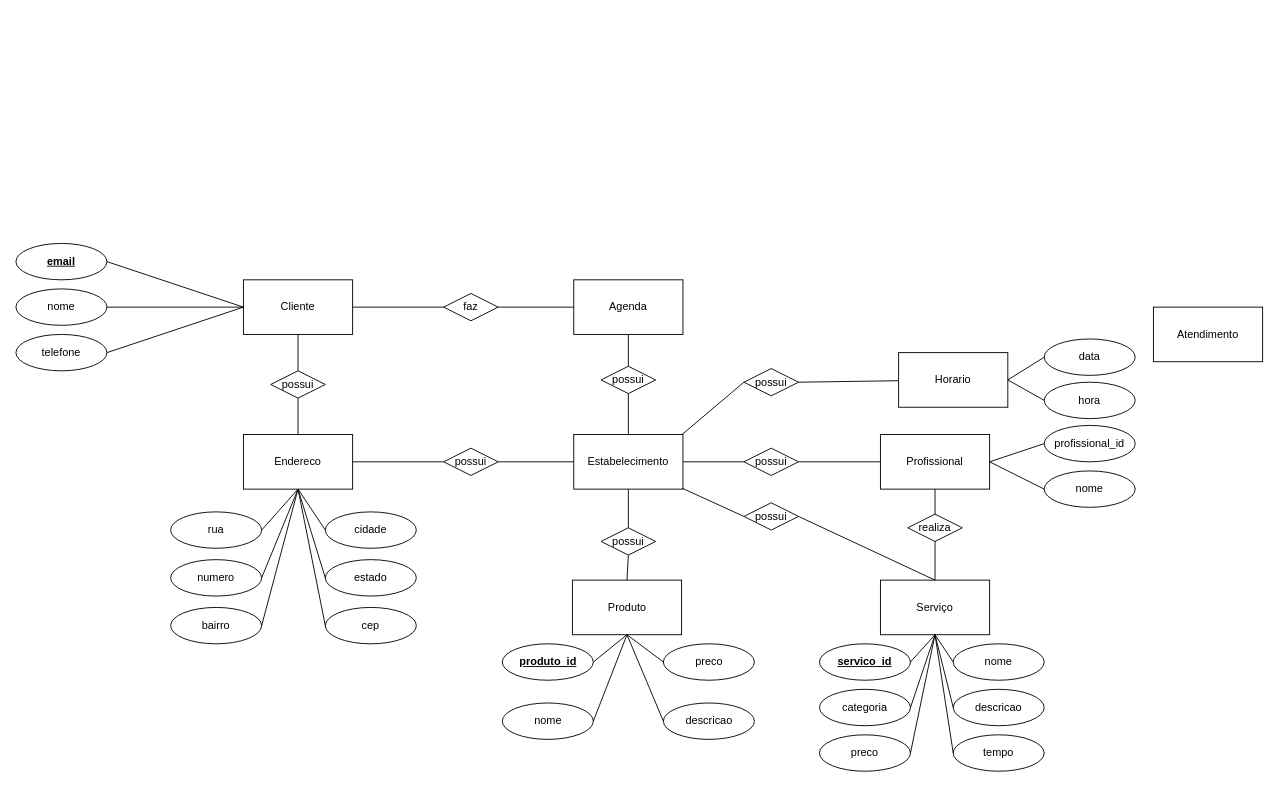
The draw.io diagram PW.drawio in glaa/DiagramaPW, before the edit. Source tidied: cells renumbered, new cells numbered last; positions are measured from the earlier drawing's top-left corner, leaving out a move shared by most shapes. Both pictures are drawn from the tidied source at 91%, with x=0, y=0 at pixel (15, 243).
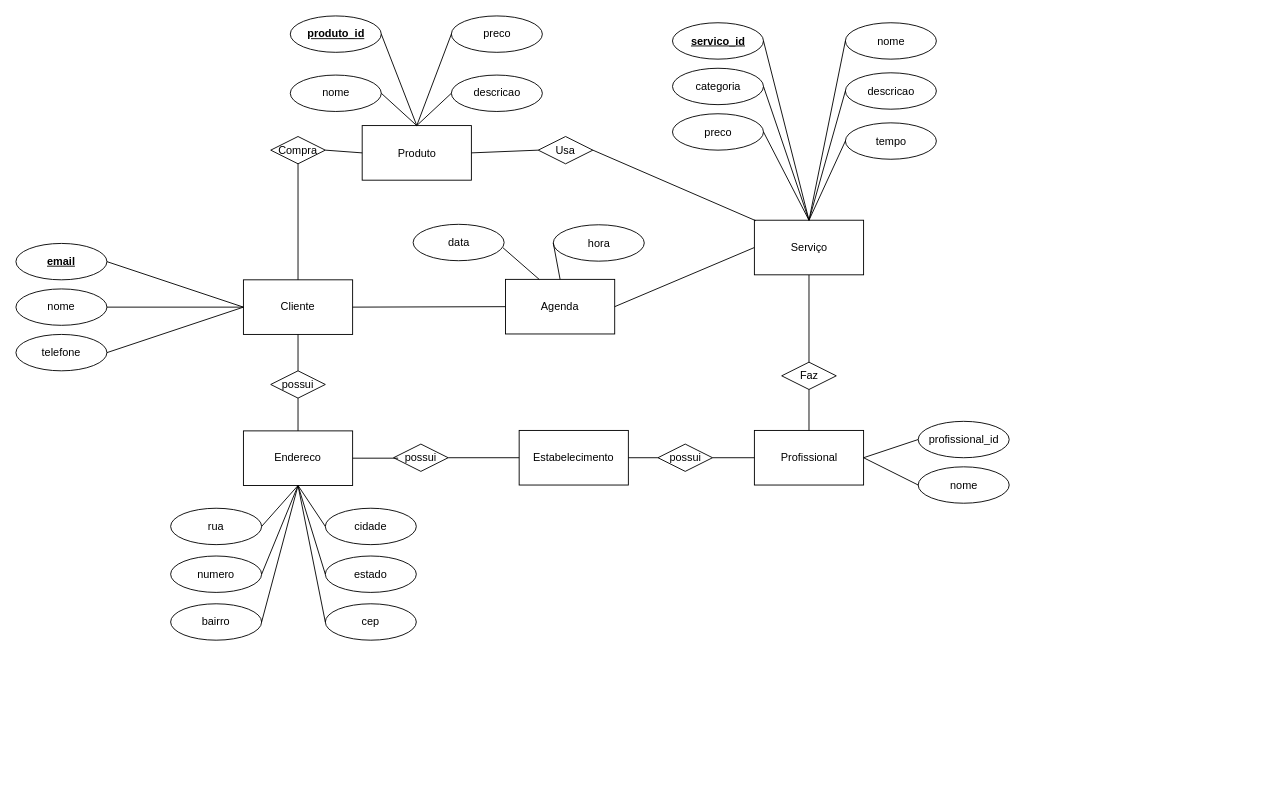
Above is the later version.

Commit message:
~Diagrama ER sem as cardinalidades

The change refers to these unchanged cells:
```xml
<mxCell id="2" value="Cliente" style="rounded=0;whiteSpace=wrap;html=1;" parent="1" vertex="1">
  <mxGeometry x="250" y="40" width="120" height="60" as="geometry" />
</mxCell>
```

What changed in the source:
```diff
@@
-    <mxCell id="3" value="&lt;div&gt;Produto&lt;/div&gt;" style="rounded=0;whiteSpace=wrap;html=1;" parent="1" vertex="1">
-      <mxGeometry x="611.5" y="370" width="120" height="60" as="geometry" />
+    <mxCell id="3" value="&lt;div&gt;Produto&lt;/div&gt;" style="rounded=0;whiteSpace=wrap;html=1;direction=west;" parent="1" vertex="1">
+      <mxGeometry x="380.5" y="-129.5" width="120" height="60" as="geometry" />
     </mxCell>
     <mxCell id="4" value="Agenda" style="rounded=0;whiteSpace=wrap;html=1;" parent="1" vertex="1">
-      <mxGeometry x="613" y="40" width="120" height="60" as="geometry" />
+      <mxGeometry x="538" y="39.5" width="120" height="60" as="geometry" />
     </mxCell>
     <mxCell id="5" value="Profissional" style="rounded=0;whiteSpace=wrap;html=1;" parent="1" vertex="1">
-      <mxGeometry x="950" y="210" width="120" height="60" as="geometry" />
+      <mxGeometry x="811.5" y="205.5" width="120" height="60" as="geometry" />
     </mxCell>
     <mxCell id="6" value="Estabelecimento" style="rounded=0;whiteSpace=wrap;html=1;" parent="1" vertex="1">
-      <mxGeometry x="613" y="210" width="120" height="60" as="geometry" />
+      <mxGeometry x="553" y="205.5" width="120" height="60" as="geometry" />
     </mxCell>
@@
     <mxCell id="10" value="Endereco" style="rounded=0;whiteSpace=wrap;html=1;" parent="1" vertex="1">
-      <mxGeometry x="250" y="210" width="120" height="60" as="geometry" />
+      <mxGeometry x="250" y="206" width="120" height="60" as="geometry" />
     </mxCell>
@@
     <mxCell id="17" value="rua" style="ellipse;whiteSpace=wrap;html=1;" parent="1" vertex="1">
-      <mxGeometry x="170" y="295" width="100" height="40" as="geometry" />
+      <mxGeometry x="170" y="291" width="100" height="40" as="geometry" />
     </mxCell>
     <mxCell id="18" value="numero" style="ellipse;whiteSpace=wrap;html=1;" parent="1" vertex="1">
-      <mxGeometry x="170" y="347.5" width="100" height="40" as="geometry" />
+      <mxGeometry x="170" y="343.5" width="100" height="40" as="geometry" />
     </mxCell>
     <mxCell id="19" value="cidade" style="ellipse;whiteSpace=wrap;html=1;" parent="1" vertex="1">
-      <mxGeometry x="340" y="295" width="100" height="40" as="geometry" />
+      <mxGeometry x="340" y="291" width="100" height="40" as="geometry" />
     </mxCell>
     <mxCell id="20" value="bairro" style="ellipse;whiteSpace=wrap;html=1;" parent="1" vertex="1">
-      <mxGeometry x="170" y="400" width="100" height="40" as="geometry" />
+      <mxGeometry x="170" y="396" width="100" height="40" as="geometry" />
     </mxCell>
     <mxCell id="21" value="estado" style="ellipse;whiteSpace=wrap;html=1;" parent="1" vertex="1">
-      <mxGeometry x="340" y="347.5" width="100" height="40" as="geometry" />
+      <mxGeometry x="340" y="343.5" width="100" height="40" as="geometry" />
     </mxCell>
     <mxCell id="22" value="cep" style="ellipse;whiteSpace=wrap;html=1;" parent="1" vertex="1">
-      <mxGeometry x="340" y="400" width="100" height="40" as="geometry" />
+      <mxGeometry x="340" y="396" width="100" height="40" as="geometry" />
     </mxCell>
@@
-    <mxCell id="29" value="faz" style="rhombus;whiteSpace=wrap;html=1;" parent="1" vertex="1">
-      <mxGeometry x="470" y="55" width="60" height="30" as="geometry" />
-    </mxCell>
-    <mxCell id="30" style="endArrow=none;html=1;entryX=1;entryY=0.5;entryDx=0;entryDy=0;exitX=0;exitY=0.5;exitDx=0;exitDy=0;" parent="1" edge="1" source="29" target="2">
+    <mxCell id="30" style="endArrow=none;html=1;entryX=1;entryY=0.5;entryDx=0;entryDy=0;exitX=0;exitY=0.5;exitDx=0;exitDy=0;" parent="1" edge="1" source="4" target="2">
       <mxGeometry relative="1" as="geometry" />
     </mxCell>
-    <mxCell id="31" style="endArrow=none;html=1;entryX=1;entryY=0.5;entryDx=0;entryDy=0;exitX=0;exitY=0.5;exitDx=0;exitDy=0;" parent="1" edge="1" source="4" target="29">
-      <mxGeometry relative="1" as="geometry" />
-    </mxCell>
     <mxCell id="32" value="possui" style="rhombus;whiteSpace=wrap;html=1;" parent="1" vertex="1">
-      <mxGeometry x="470" y="225" width="60" height="30" as="geometry" />
+      <mxGeometry x="415" y="220.5" width="60" height="30" as="geometry" />
     </mxCell>
-    <mxCell id="33" style="endArrow=none;html=1;entryX=1;entryY=0.5;entryDx=0;entryDy=0;exitX=0;exitY=0.5;exitDx=0;exitDy=0;" parent="1" edge="1" source="32" target="10">
-      <mxGeometry relative="1" as="geometry" />
+    <mxCell id="33" style="endArrow=none;html=1;entryX=1;entryY=0.5;entryDx=0;entryDy=0;" parent="1" edge="1" target="10">
+      <mxGeometry relative="1" as="geometry">
+        <mxPoint x="420" y="236" as="sourcePoint" />
+      </mxGeometry>
     </mxCell>
@@
-    <mxCell id="35" value="possui" style="rhombus;whiteSpace=wrap;html=1;" parent="1" vertex="1">
-      <mxGeometry x="643" y="135" width="60" height="30" as="geometry" />
-    </mxCell>
-    <mxCell id="36" style="endArrow=none;html=1;entryX=0.5;entryY=1;entryDx=0;entryDy=0;exitX=0.5;exitY=0;exitDx=0;exitDy=0;" parent="1" edge="1" source="35" target="4">
-      <mxGeometry relative="1" as="geometry" />
-    </mxCell>
-    <mxCell id="37" style="endArrow=none;html=1;entryX=0.5;entryY=1;entryDx=0;entryDy=0;" parent="1" edge="1" source="6" target="35">
-      <mxGeometry relative="1" as="geometry" />
-    </mxCell>
-    <mxCell id="38" value="Serviço" style="rounded=0;whiteSpace=wrap;html=1;" parent="1" vertex="1">
-      <mxGeometry x="950" y="370" width="120" height="60" as="geometry" />
-    </mxCell>
     <mxCell id="39" value="profissional_id" style="ellipse;whiteSpace=wrap;html=1;" parent="1" vertex="1">
-      <mxGeometry x="1130" y="200" width="100" height="40" as="geometry" />
+      <mxGeometry x="991.5" y="195.5" width="100" height="40" as="geometry" />
     </mxCell>
     <mxCell id="40" value="nome" style="ellipse;whiteSpace=wrap;html=1;" parent="1" vertex="1">
-      <mxGeometry x="1130" y="250" width="100" height="40" as="geometry" />
+      <mxGeometry x="991.5" y="245.5" width="100" height="40" as="geometry" />
     </mxCell>
@@
-    <mxCell id="43" value="Atendimento" style="rounded=0;whiteSpace=wrap;html=1;" parent="1" vertex="1">
-      <mxGeometry x="1250" y="70" width="120" height="60" as="geometry" />
-    </mxCell>
     <mxCell id="44" value="possui" style="rhombus;whiteSpace=wrap;html=1;" parent="1" vertex="1">
-      <mxGeometry x="800" y="225" width="60" height="30" as="geometry" />
+      <mxGeometry x="705.5" y="220.5" width="60" height="30" as="geometry" />
     </mxCell>
@@
-    <mxCell id="46" style="endArrow=none;html=1;entryX=1;entryY=0.5;entryDx=0;entryDy=0;exitX=0;exitY=0.5;exitDx=0;exitDy=0;" parent="1" edge="1" source="5" target="44">
+    <mxCell id="46" style="endArrow=none;html=1;exitX=0;exitY=0.5;exitDx=0;exitDy=0;entryX=1;entryY=0.5;entryDx=0;entryDy=0;" parent="1" edge="1" source="5" target="44">
       <mxGeometry relative="1" as="geometry" />
     </mxCell>
-    <mxCell id="47" value="possui" style="rhombus;whiteSpace=wrap;html=1;" parent="1" vertex="1">
-      <mxGeometry x="643" y="312.5" width="60" height="30" as="geometry" />
-    </mxCell>
-    <mxCell id="48" style="endArrow=none;html=1;entryX=0.5;entryY=1;entryDx=0;entryDy=0;exitX=0.5;exitY=0;exitDx=0;exitDy=0;" parent="1" edge="1" source="47" target="6">
-      <mxGeometry relative="1" as="geometry" />
-    </mxCell>
-    <mxCell id="49" style="endArrow=none;html=1;entryX=0.5;entryY=1;entryDx=0;entryDy=0;exitX=0.5;exitY=0;exitDx=0;exitDy=0;" parent="1" edge="1" source="3" target="47">
-      <mxGeometry relative="1" as="geometry" />
-    </mxCell>
-    <mxCell id="50" value="possui" style="rhombus;whiteSpace=wrap;html=1;" parent="1" vertex="1">
-      <mxGeometry x="800" y="285" width="60" height="30" as="geometry" />
-    </mxCell>
-    <mxCell id="51" style="endArrow=none;html=1;entryX=0.992;entryY=0.983;entryDx=0;entryDy=0;exitX=0;exitY=0.5;exitDx=0;exitDy=0;entryPerimeter=0;" parent="1" edge="1" source="50" target="6">
-      <mxGeometry relative="1" as="geometry" />
-    </mxCell>
-    <mxCell id="52" style="endArrow=none;html=1;entryX=1;entryY=0.5;entryDx=0;entryDy=0;exitX=0.5;exitY=0;exitDx=0;exitDy=0;" parent="1" edge="1" source="38" target="50">
-      <mxGeometry relative="1" as="geometry" />
-    </mxCell>
-    <mxCell id="53" value="Horario" style="rounded=0;whiteSpace=wrap;html=1;" parent="1" vertex="1">
-      <mxGeometry x="970" y="120" width="120" height="60" as="geometry" />
-    </mxCell>
-    <mxCell id="54" value="possui" style="rhombus;whiteSpace=wrap;html=1;" parent="1" vertex="1">
-      <mxGeometry x="800" y="137.5" width="60" height="30" as="geometry" />
-    </mxCell>
-    <mxCell id="55" style="endArrow=none;html=1;entryX=0.992;entryY=0;entryDx=0;entryDy=0;exitX=0;exitY=0.5;exitDx=0;exitDy=0;entryPerimeter=0;" parent="1" edge="1" source="54" target="6">
-      <mxGeometry relative="1" as="geometry" />
-    </mxCell>
-    <mxCell id="56" style="endArrow=none;html=1;entryX=1;entryY=0.5;entryDx=0;entryDy=0;" parent="1" edge="1" source="53" target="54">
-      <mxGeometry relative="1" as="geometry" />
-    </mxCell>
     <mxCell id="57" value="data" style="ellipse;whiteSpace=wrap;html=1;" parent="1" vertex="1">
-      <mxGeometry x="1130" y="105" width="100" height="40" as="geometry" />
+      <mxGeometry x="436.5" y="-21" width="100" height="40" as="geometry" />
     </mxCell>
     <mxCell id="58" value="hora" style="ellipse;whiteSpace=wrap;html=1;" parent="1" vertex="1">
-      <mxGeometry x="1130" y="152.5" width="100" height="40" as="geometry" />
+      <mxGeometry x="590.5" y="-20.5" width="100" height="40" as="geometry" />
     </mxCell>
-    <mxCell id="59" style="endArrow=none;html=1;entryX=1;entryY=0.5;entryDx=0;entryDy=0;exitX=0;exitY=0.5;exitDx=0;exitDy=0;" parent="1" edge="1" source="58" target="53">
+    <mxCell id="59" style="endArrow=none;html=1;exitX=0;exitY=0.5;exitDx=0;exitDy=0;entryX=0.5;entryY=0;entryDx=0;entryDy=0;" parent="1" edge="1" source="58" target="4">
       <mxGeometry relative="1" as="geometry" />
     </mxCell>
-    <mxCell id="60" style="endArrow=none;html=1;entryX=1;entryY=0.5;entryDx=0;entryDy=0;exitX=0;exitY=0.5;exitDx=0;exitDy=0;" parent="1" edge="1" source="57" target="53">
-      <mxGeometry relative="1" as="geometry" />
-    </mxCell>
     <mxCell id="61" value="produto_id" style="ellipse;whiteSpace=wrap;html=1;fontStyle=5;" parent="1" vertex="1">
-      <mxGeometry x="534.5" y="440" width="100" height="40" as="geometry" />
+      <mxGeometry x="301.5" y="-250" width="100" height="40" as="geometry" />
     </mxCell>
     <mxCell id="62" value="nome" style="ellipse;whiteSpace=wrap;html=1;" parent="1" vertex="1">
-      <mxGeometry x="534.5" y="505" width="100" height="40" as="geometry" />
+      <mxGeometry x="301.5" y="-185" width="100" height="40" as="geometry" />
     </mxCell>
     <mxCell id="63" value="preco" style="ellipse;whiteSpace=wrap;html=1;" parent="1" vertex="1">
-      <mxGeometry x="711.5" y="440" width="100" height="40" as="geometry" />
+      <mxGeometry x="478.5" y="-250" width="100" height="40" as="geometry" />
     </mxCell>
     <mxCell id="64" value="descricao" style="ellipse;whiteSpace=wrap;html=1;" parent="1" vertex="1">
-      <mxGeometry x="711.5" y="505" width="100" height="40" as="geometry" />
+      <mxGeometry x="478.5" y="-185" width="100" height="40" as="geometry" />
     </mxCell>
-    <mxCell id="65" value="servico_id" style="ellipse;whiteSpace=wrap;html=1;fontStyle=5;" parent="1" vertex="1">
-      <mxGeometry x="883" y="440" width="100" height="40" as="geometry" />
-    </mxCell>
-    <mxCell id="66" value="categoria" style="ellipse;whiteSpace=wrap;html=1;" parent="1" vertex="1">
-      <mxGeometry x="883" y="490" width="100" height="40" as="geometry" />
-    </mxCell>
@@
+    <mxCell id="84" style="endArrow=none;html=1;entryX=0.5;entryY=0;entryDx=0;entryDy=0;exitX=0.5;exitY=0;exitDx=0;exitDy=0;" parent="1" edge="1" source="38" target="87">
+      <mxGeometry relative="1" as="geometry" />
+    </mxCell>
+    <mxCell id="85" style="endArrow=none;html=1;entryX=1;entryY=0.5;entryDx=0;entryDy=0;exitX=1;exitY=0.5;exitDx=0;exitDy=0;" parent="1" edge="1" source="38" target="4">
+      <mxGeometry relative="1" as="geometry" />
+    </mxCell>
+    <mxCell id="86" style="endArrow=none;html=1;exitX=0.988;exitY=0.646;exitDx=0;exitDy=0;entryX=0.5;entryY=0;entryDx=0;entryDy=0;exitPerimeter=0;" parent="1" edge="1" source="57">
+      <mxGeometry relative="1" as="geometry">
+        <mxPoint x="575" y="39.5" as="targetPoint" />
+      </mxGeometry>
+    </mxCell>
+    <mxCell id="87" value="Faz" style="rhombus;whiteSpace=wrap;html=1;" parent="1" vertex="1">
+      <mxGeometry x="841.5" y="130.5" width="60" height="30" as="geometry" />
+    </mxCell>
+    <mxCell id="88" style="endArrow=none;html=1;entryX=0.5;entryY=0;entryDx=0;entryDy=0;exitX=0.5;exitY=1;exitDx=0;exitDy=0;" parent="1" edge="1" source="87" target="5">
+      <mxGeometry relative="1" as="geometry" />
+    </mxCell>
+    <mxCell id="38" value="Serviço" style="rounded=0;whiteSpace=wrap;html=1;direction=west;" parent="1" vertex="1">
+      <mxGeometry x="811.5" y="-25.5" width="120" height="60" as="geometry" />
+    </mxCell>
+    <mxCell id="65" value="servico_id" style="ellipse;whiteSpace=wrap;html=1;fontStyle=5;" parent="1" vertex="1">
+      <mxGeometry x="721.5" y="-242.5" width="100" height="40" as="geometry" />
+    </mxCell>
+    <mxCell id="66" value="categoria" style="ellipse;whiteSpace=wrap;html=1;" parent="1" vertex="1">
+      <mxGeometry x="721.5" y="-192.5" width="100" height="40" as="geometry" />
+    </mxCell>
     <mxCell id="71" value="nome" style="ellipse;whiteSpace=wrap;html=1;" parent="1" vertex="1">
-      <mxGeometry x="1030" y="440" width="100" height="40" as="geometry" />
+      <mxGeometry x="911.5" y="-242.5" width="100" height="40" as="geometry" />
     </mxCell>
     <mxCell id="72" value="descricao" style="ellipse;whiteSpace=wrap;html=1;" parent="1" vertex="1">
-      <mxGeometry x="1030" y="490" width="100" height="40" as="geometry" />
+      <mxGeometry x="911.5" y="-187.5" width="100" height="40" as="geometry" />
     </mxCell>
     <mxCell id="73" value="preco" style="ellipse;whiteSpace=wrap;html=1;" parent="1" vertex="1">
-      <mxGeometry x="883" y="540" width="100" height="40" as="geometry" />
+      <mxGeometry x="721.5" y="-142.5" width="100" height="40" as="geometry" />
     </mxCell>
@@
-    <mxCell id="79" value="realiza" style="rhombus;whiteSpace=wrap;html=1;" parent="1" vertex="1">
-      <mxGeometry x="980" y="297.5" width="60" height="30" as="geometry" />
-    </mxCell>
-    <mxCell id="80" style="endArrow=none;html=1;entryX=0.5;entryY=1;entryDx=0;entryDy=0;exitX=0.5;exitY=0;exitDx=0;exitDy=0;" parent="1" edge="1" source="79" target="5">
-      <mxGeometry relative="1" as="geometry" />
-    </mxCell>
-    <mxCell id="81" style="endArrow=none;html=1;exitX=0.5;exitY=0;exitDx=0;exitDy=0;entryX=0.5;entryY=1;entryDx=0;entryDy=0;" parent="1" edge="1" source="38" target="79">
-      <mxGeometry relative="1" as="geometry" />
-    </mxCell>
     <mxCell id="82" value="tempo" style="ellipse;whiteSpace=wrap;html=1;" parent="1" vertex="1">
-      <mxGeometry x="1030" y="540" width="100" height="40" as="geometry" />
+      <mxGeometry x="911.5" y="-132.5" width="100" height="40" as="geometry" />
     </mxCell>
@@
+    <mxCell id="89" value="Usa&lt;br&gt;" style="rhombus;whiteSpace=wrap;html=1;" parent="1" vertex="1">
+      <mxGeometry x="574" y="-117.5" width="60" height="30" as="geometry" />
+    </mxCell>
+    <mxCell id="90" value="Compra&lt;br&gt;" style="rhombus;whiteSpace=wrap;html=1;" parent="1" vertex="1">
+      <mxGeometry x="280" y="-117.5" width="60" height="30" as="geometry" />
+    </mxCell>
+    <mxCell id="91" style="endArrow=none;html=1;entryX=0.5;entryY=0;entryDx=0;entryDy=0;exitX=0.5;exitY=1;exitDx=0;exitDy=0;" parent="1" edge="1" source="90" target="2">
+      <mxGeometry relative="1" as="geometry" />
+    </mxCell>
+    <mxCell id="92" style="endArrow=none;html=1;entryX=1;entryY=0.5;entryDx=0;entryDy=0;exitX=0.988;exitY=0.992;exitDx=0;exitDy=0;exitPerimeter=0;" parent="1" edge="1" source="38" target="89">
+      <mxGeometry relative="1" as="geometry" />
+    </mxCell>
+    <mxCell id="93" style="endArrow=none;html=1;entryX=1;entryY=0.5;entryDx=0;entryDy=0;exitX=1;exitY=0.5;exitDx=0;exitDy=0;" parent="1" edge="1" source="90" target="3">
+      <mxGeometry relative="1" as="geometry" />
+    </mxCell>
+    <mxCell id="94" style="endArrow=none;html=1;entryX=0;entryY=0.5;entryDx=0;entryDy=0;exitX=0;exitY=0.5;exitDx=0;exitDy=0;" parent="1" edge="1" source="89" target="3">
+      <mxGeometry relative="1" as="geometry" />
+    </mxCell>
```
